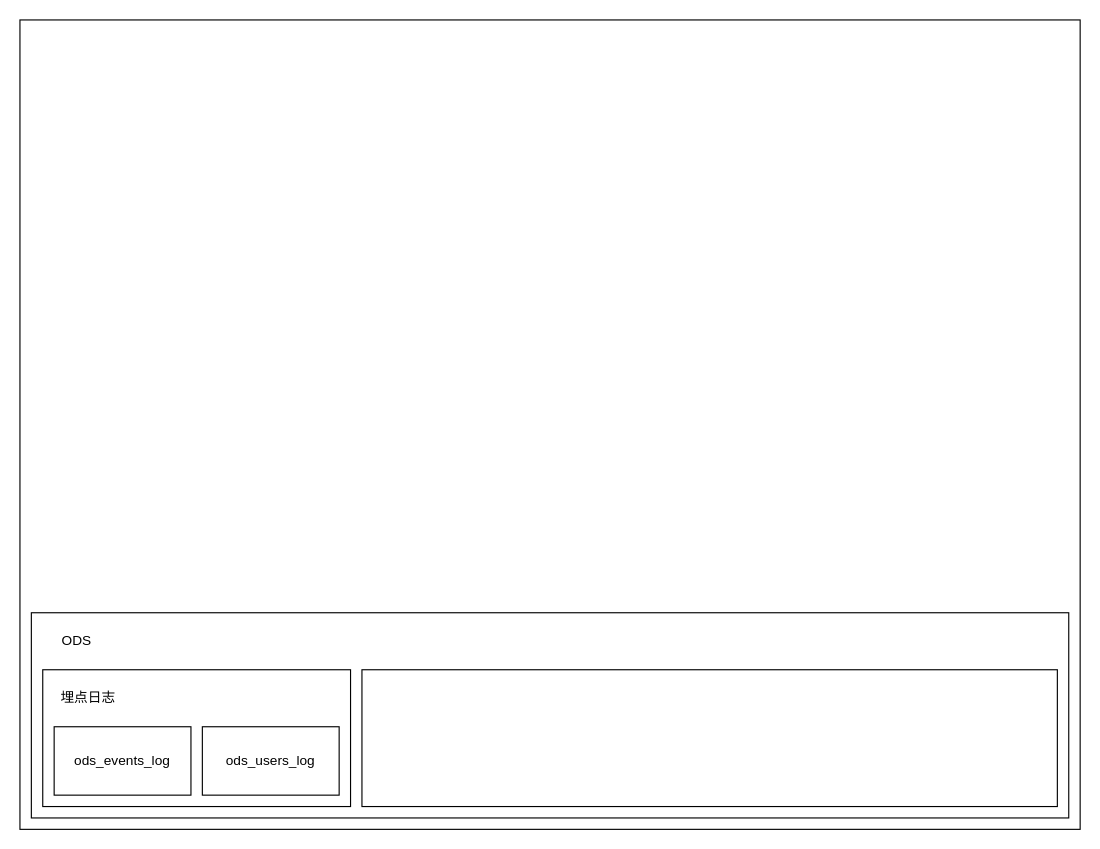
Jacoulin/draw keeps this draw.io diagram as 离线数仓分层架构.drawio. Above is the earlier version. Source tidied: cells renumbered, new cells numbered last; positions are measured from the earlier drawing's top-left corner, leaving out a move shared by most shapes. Both pictures are drawn from the tidied source at 114%, with x=0, y=0 at pixel (19, 19).
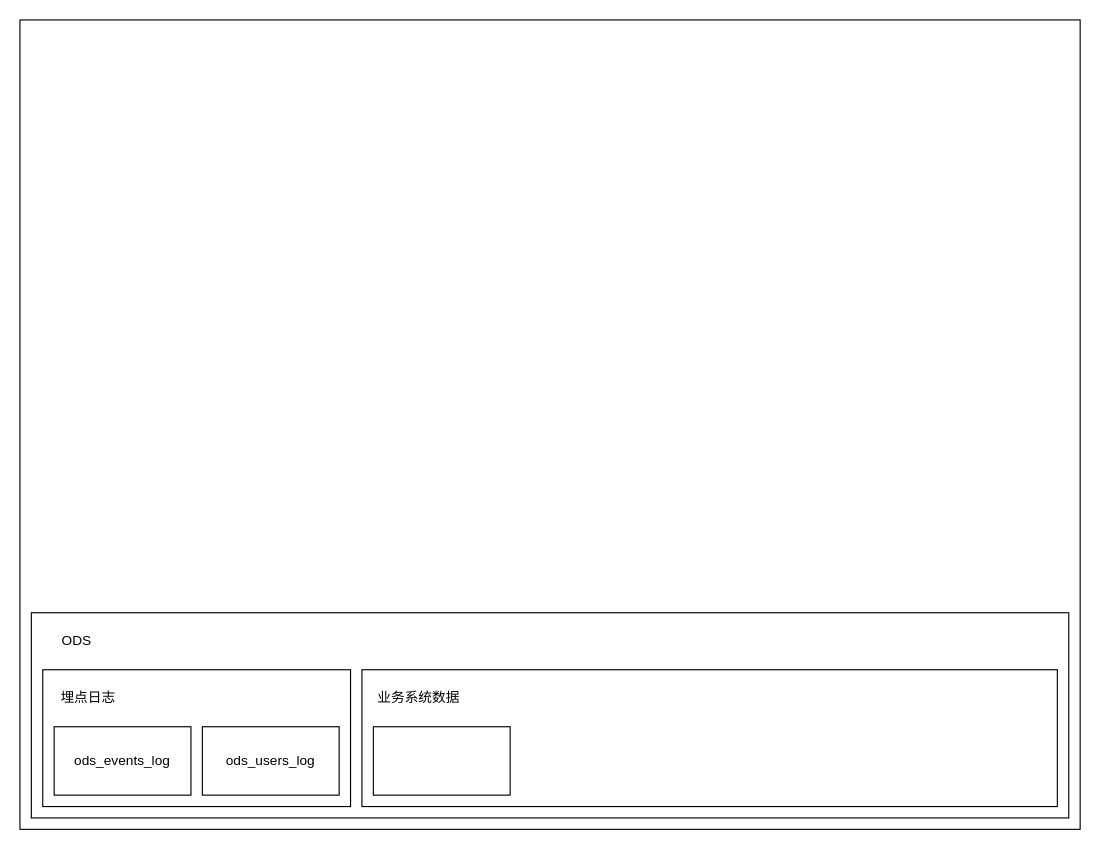
The same page after the edit.

Commit message (it also covers changes not shown here):
更新离线数仓分层架构.drawio

What changed in the source:
```diff
@@
 <mxGraphModel>
   <root>
     <mxCell id="0" />
     <mxCell id="1" parent="0" />
     <mxCell id="2" style="rounded=0;whiteSpace=wrap;html=1;" parent="1" vertex="1">
       <mxGeometry width="930" height="710" as="geometry" />
     </mxCell>
     <mxCell id="3" style="rounded=0;whiteSpace=wrap;html=1;" parent="1" vertex="1">
       <mxGeometry x="10" y="520" width="910" height="180" as="geometry" />
     </mxCell>
     <mxCell id="4" style="rounded=0;whiteSpace=wrap;html=1;" parent="1" vertex="1">
       <mxGeometry x="20" y="570" width="270" height="120" as="geometry" />
     </mxCell>
     <mxCell id="5" value="ods_events_log" style="rounded=0;whiteSpace=wrap;html=1;" parent="1" vertex="1">
       <mxGeometry x="30" y="620" width="120" height="60" as="geometry" />
     </mxCell>
     <mxCell id="6" value="ods_users_log" style="rounded=0;whiteSpace=wrap;html=1;" parent="1" vertex="1">
       <mxGeometry x="160" y="620" width="120" height="60" as="geometry" />
     </mxCell>
     <mxCell id="7" value="埋点日志" style="text;html=1;strokeColor=none;fillColor=none;align=center;verticalAlign=middle;whiteSpace=wrap;rounded=0;" parent="1" vertex="1">
       <mxGeometry x="30" y="580" width="60" height="30" as="geometry" />
     </mxCell>
     <mxCell id="8" style="rounded=0;whiteSpace=wrap;html=1;" parent="1" vertex="1">
       <mxGeometry x="300" y="570" width="610" height="120" as="geometry" />
     </mxCell>
     <mxCell id="9" value="ODS" style="text;html=1;strokeColor=none;fillColor=none;align=center;verticalAlign=middle;whiteSpace=wrap;rounded=0;" parent="1" vertex="1">
       <mxGeometry x="20" y="530" width="60" height="30" as="geometry" />
     </mxCell>
+    <mxCell id="10" style="rounded=0;whiteSpace=wrap;html=1;" parent="1" vertex="1">
+      <mxGeometry x="310" y="620" width="120" height="60" as="geometry" />
+    </mxCell>
+    <mxCell id="11" value="业务系统数据" style="text;html=1;strokeColor=none;fillColor=none;align=center;verticalAlign=middle;whiteSpace=wrap;rounded=0;" parent="1" vertex="1">
+      <mxGeometry x="310" y="580" width="80" height="30" as="geometry" />
+    </mxCell>
   </root>
 </mxGraphModel>
```
